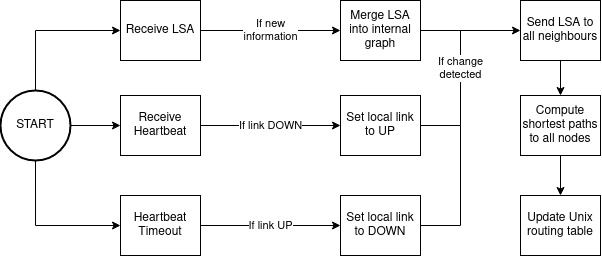
Earlier version of the draw.io export images/flowchart_lsr.png (benmandrew/DTLSR-Dissertation). Source tidied: cells renumbered, new cells last; positions are measured from the earlier drawing's top-left corner, leaving out a move shared by most shapes. The source it was exported from:
```xml
<mxGraphModel>
  <root>
    <mxCell id="0" />
    <mxCell id="1" parent="0" />
    <mxCell id="2" style="edgeStyle=orthogonalEdgeStyle;rounded=0;jettySize=auto;html=1;exitX=1;exitY=0.5;exitDx=0;exitDy=0;endArrow=none;endFill=0;" parent="1" edge="1" source="13">
      <mxGeometry relative="1" as="geometry">
        <mxPoint x="460" y="125" as="targetPoint" />
      </mxGeometry>
    </mxCell>
    <mxCell id="3" value="&lt;div&gt;If new&lt;/div&gt;&lt;div&gt;information&lt;/div&gt;" style="edgeStyle=orthogonalEdgeStyle;rounded=0;jettySize=auto;html=1;exitX=1;exitY=0.5;exitDx=0;exitDy=0;entryX=0;entryY=0.5;entryDx=0;entryDy=0;" parent="1" edge="1" source="4" target="8">
      <mxGeometry relative="1" as="geometry" />
    </mxCell>
    <mxCell id="4" value="&lt;div&gt;Receive LSA&lt;/div&gt;" style="rounded=0;whiteSpace=wrap;html=1;" parent="1" vertex="1">
      <mxGeometry x="120" width="80" height="60" as="geometry" />
    </mxCell>
    <mxCell id="5" value="If link DOWN" style="edgeStyle=orthogonalEdgeStyle;rounded=0;jettySize=auto;html=1;exitX=1;exitY=0.5;exitDx=0;exitDy=0;entryX=0;entryY=0.5;entryDx=0;entryDy=0;" parent="1" edge="1" source="6" target="12">
      <mxGeometry relative="1" as="geometry" />
    </mxCell>
    <mxCell id="6" value="Receive Heartbeat" style="rounded=0;whiteSpace=wrap;html=1;" parent="1" vertex="1">
      <mxGeometry x="120" y="95" width="80" height="60" as="geometry" />
    </mxCell>
    <mxCell id="7" style="edgeStyle=orthogonalEdgeStyle;rounded=0;jettySize=auto;html=1;exitX=1;exitY=0.5;exitDx=0;exitDy=0;endArrow=none;endFill=0;" parent="1" edge="1" source="8">
      <mxGeometry relative="1" as="geometry">
        <mxPoint x="460" y="125" as="targetPoint" />
      </mxGeometry>
    </mxCell>
    <mxCell id="8" value="Merge LSA into internal graph" style="rounded=0;whiteSpace=wrap;html=1;" parent="1" vertex="1">
      <mxGeometry x="340" width="80" height="60" as="geometry" />
    </mxCell>
    <mxCell id="9" value="If link UP" style="edgeStyle=orthogonalEdgeStyle;rounded=0;jettySize=auto;html=1;exitX=1;exitY=0.5;exitDx=0;exitDy=0;entryX=0;entryY=0.5;entryDx=0;entryDy=0;" parent="1" edge="1" source="10" target="13">
      <mxGeometry relative="1" as="geometry" />
    </mxCell>
    <mxCell id="10" value="Heartbeat Timeout" style="rounded=0;whiteSpace=wrap;html=1;" parent="1" vertex="1">
      <mxGeometry x="120" y="195" width="80" height="60" as="geometry" />
    </mxCell>
    <mxCell id="11" value="&lt;div&gt;If change&lt;/div&gt;&lt;div&gt;detected&lt;br&gt;&lt;/div&gt;" style="edgeStyle=orthogonalEdgeStyle;rounded=0;jettySize=auto;html=1;exitX=1;exitY=0.5;exitDx=0;exitDy=0;entryX=0;entryY=0.5;entryDx=0;entryDy=0;endArrow=classic;endFill=1;" parent="1" edge="1" source="12" target="15">
      <mxGeometry relative="1" as="geometry">
        <Array as="points">
          <mxPoint x="460" y="125" />
          <mxPoint x="460" y="30" />
        </Array>
      </mxGeometry>
    </mxCell>
    <mxCell id="12" value="Set local link to UP" style="rounded=0;whiteSpace=wrap;html=1;" parent="1" vertex="1">
      <mxGeometry x="340" y="95" width="80" height="60" as="geometry" />
    </mxCell>
    <mxCell id="13" value="Set local link to DOWN" style="rounded=0;whiteSpace=wrap;html=1;" parent="1" vertex="1">
      <mxGeometry x="340" y="195" width="80" height="60" as="geometry" />
    </mxCell>
    <mxCell id="14" style="edgeStyle=orthogonalEdgeStyle;rounded=0;jettySize=auto;html=1;exitX=0.5;exitY=1;exitDx=0;exitDy=0;entryX=0.5;entryY=0;entryDx=0;entryDy=0;endArrow=classic;endFill=1;" parent="1" edge="1" source="15" target="21">
      <mxGeometry relative="1" as="geometry" />
    </mxCell>
    <mxCell id="15" value="Send LSA to all neighbours" style="rounded=0;whiteSpace=wrap;html=1;" parent="1" vertex="1">
      <mxGeometry x="520" width="80" height="60" as="geometry" />
    </mxCell>
    <mxCell id="16" style="edgeStyle=orthogonalEdgeStyle;rounded=0;jettySize=auto;html=1;exitX=1;exitY=0.5;exitDx=0;exitDy=0;exitPerimeter=0;entryX=0;entryY=0.5;entryDx=0;entryDy=0;endArrow=classic;endFill=1;" parent="1" edge="1" source="19" target="6">
      <mxGeometry relative="1" as="geometry" />
    </mxCell>
    <mxCell id="17" style="edgeStyle=orthogonalEdgeStyle;rounded=0;jettySize=auto;html=1;exitX=0.5;exitY=0;exitDx=0;exitDy=0;exitPerimeter=0;entryX=0;entryY=0.5;entryDx=0;entryDy=0;endArrow=classic;endFill=1;" parent="1" edge="1" source="19" target="4">
      <mxGeometry relative="1" as="geometry" />
    </mxCell>
    <mxCell id="18" style="edgeStyle=orthogonalEdgeStyle;rounded=0;jettySize=auto;html=1;exitX=0.5;exitY=1;exitDx=0;exitDy=0;exitPerimeter=0;entryX=0;entryY=0.5;entryDx=0;entryDy=0;endArrow=classic;endFill=1;" parent="1" edge="1" source="19" target="10">
      <mxGeometry relative="1" as="geometry" />
    </mxCell>
    <mxCell id="19" value="START" style="strokeWidth=2;html=1;shape=mxgraph.flowchart.start_2;whiteSpace=wrap;" parent="1" vertex="1">
      <mxGeometry y="90" width="70" height="70" as="geometry" />
    </mxCell>
    <mxCell id="20" style="edgeStyle=orthogonalEdgeStyle;rounded=0;jettySize=auto;html=1;exitX=0.5;exitY=1;exitDx=0;exitDy=0;entryX=0.5;entryY=0;entryDx=0;entryDy=0;endArrow=classic;endFill=1;" parent="1" edge="1" source="21" target="22">
      <mxGeometry relative="1" as="geometry" />
    </mxCell>
    <mxCell id="21" value="Compute shortest paths to all nodes" style="rounded=0;whiteSpace=wrap;html=1;" parent="1" vertex="1">
      <mxGeometry x="520" y="95" width="80" height="60" as="geometry" />
    </mxCell>
    <mxCell id="22" value="Update Unix routing table" style="rounded=0;whiteSpace=wrap;html=1;" parent="1" vertex="1">
      <mxGeometry x="520" y="195" width="80" height="60" as="geometry" />
    </mxCell>
  </root>
</mxGraphModel>
```
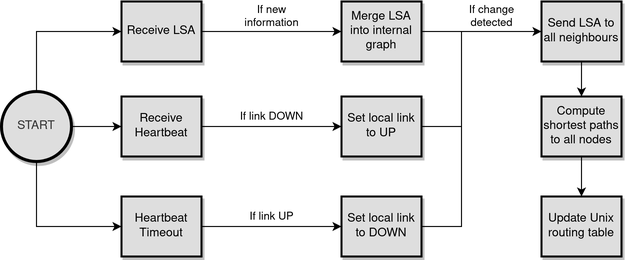
Above is the later version.

Change to the diagram source:
```diff
@@ -7,16 +7,16 @@
         <mxPoint x="460" y="125" as="targetPoint" />
       </mxGeometry>
     </mxCell>
-    <mxCell id="3" value="&lt;div&gt;If new&lt;/div&gt;&lt;div&gt;information&lt;/div&gt;" style="edgeStyle=orthogonalEdgeStyle;rounded=0;jettySize=auto;html=1;exitX=1;exitY=0.5;exitDx=0;exitDy=0;entryX=0;entryY=0.5;entryDx=0;entryDy=0;" parent="1" edge="1" source="4" target="8">
-      <mxGeometry relative="1" as="geometry" />
+    <mxCell id="3" value="&lt;div&gt;&lt;span style=&quot;background-color: rgb(255 , 255 , 255)&quot;&gt;If new&lt;/span&gt;&lt;/div&gt;&lt;div&gt;&lt;span style=&quot;background-color: rgb(255 , 255 , 255)&quot;&gt;information&lt;/span&gt;&lt;/div&gt;" style="edgeStyle=orthogonalEdgeStyle;rounded=0;jettySize=auto;html=1;exitX=1;exitY=0.5;exitDx=0;exitDy=0;entryX=0;entryY=0.5;entryDx=0;entryDy=0;" parent="1" edge="1" source="4" target="8">
+      <mxGeometry y="15" relative="1" as="geometry" />
     </mxCell>
-    <mxCell id="4" value="&lt;div&gt;Receive LSA&lt;/div&gt;" style="rounded=0;whiteSpace=wrap;html=1;" parent="1" vertex="1">
+    <mxCell id="4" value="&lt;div&gt;Receive LSA&lt;/div&gt;" style="rounded=0;whiteSpace=wrap;html=1;fillColor=#DEDEDE;strokeWidth=2;shadow=1;" parent="1" vertex="1">
       <mxGeometry x="120" width="80" height="60" as="geometry" />
     </mxCell>
-    <mxCell id="5" value="If link DOWN" style="edgeStyle=orthogonalEdgeStyle;rounded=0;jettySize=auto;html=1;exitX=1;exitY=0.5;exitDx=0;exitDy=0;entryX=0;entryY=0.5;entryDx=0;entryDy=0;" parent="1" edge="1" source="6" target="12">
-      <mxGeometry relative="1" as="geometry" />
+    <mxCell id="5" value="&lt;span style=&quot;background-color: rgb(255 , 255 , 255)&quot;&gt;If link DOWN&lt;/span&gt;" style="edgeStyle=orthogonalEdgeStyle;rounded=0;jettySize=auto;html=1;exitX=1;exitY=0.5;exitDx=0;exitDy=0;entryX=0;entryY=0.5;entryDx=0;entryDy=0;" parent="1" edge="1" source="6" target="12">
+      <mxGeometry y="10" relative="1" as="geometry" />
     </mxCell>
-    <mxCell id="6" value="Receive Heartbeat" style="rounded=0;whiteSpace=wrap;html=1;" parent="1" vertex="1">
+    <mxCell id="6" value="Receive Heartbeat" style="rounded=0;whiteSpace=wrap;html=1;fillColor=#DEDEDE;strokeWidth=2;shadow=1;" parent="1" vertex="1">
       <mxGeometry x="120" y="95" width="80" height="60" as="geometry" />
     </mxCell>
     <mxCell id="7" style="edgeStyle=orthogonalEdgeStyle;rounded=0;jettySize=auto;html=1;exitX=1;exitY=0.5;exitDx=0;exitDy=0;endArrow=none;endFill=0;" parent="1" edge="1" source="8">
@@ -24,34 +24,34 @@
         <mxPoint x="460" y="125" as="targetPoint" />
       </mxGeometry>
     </mxCell>
-    <mxCell id="8" value="Merge LSA into internal graph" style="rounded=0;whiteSpace=wrap;html=1;" parent="1" vertex="1">
+    <mxCell id="8" value="Merge LSA into internal graph" style="rounded=0;whiteSpace=wrap;html=1;fillColor=#DEDEDE;strokeWidth=2;shadow=1;" parent="1" vertex="1">
       <mxGeometry x="340" width="80" height="60" as="geometry" />
     </mxCell>
-    <mxCell id="9" value="If link UP" style="edgeStyle=orthogonalEdgeStyle;rounded=0;jettySize=auto;html=1;exitX=1;exitY=0.5;exitDx=0;exitDy=0;entryX=0;entryY=0.5;entryDx=0;entryDy=0;" parent="1" edge="1" source="10" target="13">
-      <mxGeometry relative="1" as="geometry" />
+    <mxCell id="9" value="&lt;span style=&quot;background-color: rgb(255 , 255 , 255)&quot;&gt;If link UP&lt;/span&gt;" style="edgeStyle=orthogonalEdgeStyle;rounded=0;jettySize=auto;html=1;exitX=1;exitY=0.5;exitDx=0;exitDy=0;entryX=0;entryY=0.5;entryDx=0;entryDy=0;" parent="1" edge="1" source="10" target="13">
+      <mxGeometry y="10" relative="1" as="geometry" />
     </mxCell>
-    <mxCell id="10" value="Heartbeat Timeout" style="rounded=0;whiteSpace=wrap;html=1;" parent="1" vertex="1">
+    <mxCell id="10" value="Heartbeat Timeout" style="rounded=0;whiteSpace=wrap;html=1;fillColor=#DEDEDE;strokeWidth=2;shadow=1;" parent="1" vertex="1">
       <mxGeometry x="120" y="195" width="80" height="60" as="geometry" />
     </mxCell>
-    <mxCell id="11" value="&lt;div&gt;If change&lt;/div&gt;&lt;div&gt;detected&lt;br&gt;&lt;/div&gt;" style="edgeStyle=orthogonalEdgeStyle;rounded=0;jettySize=auto;html=1;exitX=1;exitY=0.5;exitDx=0;exitDy=0;entryX=0;entryY=0.5;entryDx=0;entryDy=0;endArrow=classic;endFill=1;" parent="1" edge="1" source="12" target="15">
-      <mxGeometry relative="1" as="geometry">
+    <mxCell id="11" value="&lt;div&gt;&lt;span style=&quot;background-color: rgb(255 , 255 , 255)&quot;&gt;If change&lt;/span&gt;&lt;/div&gt;&lt;div&gt;&lt;span style=&quot;background-color: rgb(255 , 255 , 255)&quot;&gt;detected&lt;br&gt;&lt;/span&gt;&lt;/div&gt;" style="edgeStyle=orthogonalEdgeStyle;rounded=0;jettySize=auto;html=1;exitX=1;exitY=0.5;exitDx=0;exitDy=0;entryX=0;entryY=0.5;entryDx=0;entryDy=0;endArrow=classic;endFill=1;" parent="1" edge="1" source="12" target="15">
+      <mxGeometry x="0.53" y="15" relative="1" as="geometry">
         <Array as="points">
           <mxPoint x="460" y="125" />
           <mxPoint x="460" y="30" />
         </Array>
       </mxGeometry>
     </mxCell>
-    <mxCell id="12" value="Set local link to UP" style="rounded=0;whiteSpace=wrap;html=1;" parent="1" vertex="1">
+    <mxCell id="12" value="Set local link to UP" style="rounded=0;whiteSpace=wrap;html=1;fillColor=#DEDEDE;strokeWidth=2;shadow=1;" parent="1" vertex="1">
       <mxGeometry x="340" y="95" width="80" height="60" as="geometry" />
     </mxCell>
-    <mxCell id="13" value="Set local link to DOWN" style="rounded=0;whiteSpace=wrap;html=1;" parent="1" vertex="1">
+    <mxCell id="13" value="Set local link to DOWN" style="rounded=0;whiteSpace=wrap;html=1;fillColor=#DEDEDE;strokeWidth=2;shadow=1;" parent="1" vertex="1">
       <mxGeometry x="340" y="195" width="80" height="60" as="geometry" />
     </mxCell>
     <mxCell id="14" style="edgeStyle=orthogonalEdgeStyle;rounded=0;jettySize=auto;html=1;exitX=0.5;exitY=1;exitDx=0;exitDy=0;entryX=0.5;entryY=0;entryDx=0;entryDy=0;endArrow=classic;endFill=1;" parent="1" edge="1" source="15" target="21">
       <mxGeometry relative="1" as="geometry" />
     </mxCell>
-    <mxCell id="15" value="Send LSA to all neighbours" style="rounded=0;whiteSpace=wrap;html=1;" parent="1" vertex="1">
-      <mxGeometry x="520" width="80" height="60" as="geometry" />
+    <mxCell id="15" value="Send LSA to all neighbours" style="rounded=0;whiteSpace=wrap;html=1;fillColor=#DEDEDE;strokeWidth=2;shadow=1;" parent="1" vertex="1">
+      <mxGeometry x="540" width="80" height="60" as="geometry" />
     </mxCell>
     <mxCell id="16" style="edgeStyle=orthogonalEdgeStyle;rounded=0;jettySize=auto;html=1;exitX=1;exitY=0.5;exitDx=0;exitDy=0;exitPerimeter=0;entryX=0;entryY=0.5;entryDx=0;entryDy=0;endArrow=classic;endFill=1;" parent="1" edge="1" source="19" target="6">
       <mxGeometry relative="1" as="geometry" />
@@ -62,17 +62,17 @@
     <mxCell id="18" style="edgeStyle=orthogonalEdgeStyle;rounded=0;jettySize=auto;html=1;exitX=0.5;exitY=1;exitDx=0;exitDy=0;exitPerimeter=0;entryX=0;entryY=0.5;entryDx=0;entryDy=0;endArrow=classic;endFill=1;" parent="1" edge="1" source="19" target="10">
       <mxGeometry relative="1" as="geometry" />
     </mxCell>
-    <mxCell id="19" value="START" style="strokeWidth=2;html=1;shape=mxgraph.flowchart.start_2;whiteSpace=wrap;" parent="1" vertex="1">
+    <mxCell id="19" value="START" style="strokeWidth=3;html=1;shape=mxgraph.flowchart.start_2;whiteSpace=wrap;fillColor=#DEDEDE;fontColor=#333333;strokeColor=#000000;shadow=1;" parent="1" vertex="1">
       <mxGeometry y="90" width="70" height="70" as="geometry" />
     </mxCell>
     <mxCell id="20" style="edgeStyle=orthogonalEdgeStyle;rounded=0;jettySize=auto;html=1;exitX=0.5;exitY=1;exitDx=0;exitDy=0;entryX=0.5;entryY=0;entryDx=0;entryDy=0;endArrow=classic;endFill=1;" parent="1" edge="1" source="21" target="22">
       <mxGeometry relative="1" as="geometry" />
     </mxCell>
-    <mxCell id="21" value="Compute shortest paths to all nodes" style="rounded=0;whiteSpace=wrap;html=1;" parent="1" vertex="1">
-      <mxGeometry x="520" y="95" width="80" height="60" as="geometry" />
+    <mxCell id="21" value="Compute shortest paths to all nodes" style="rounded=0;whiteSpace=wrap;html=1;fillColor=#DEDEDE;strokeWidth=2;shadow=1;" parent="1" vertex="1">
+      <mxGeometry x="540" y="95" width="80" height="60" as="geometry" />
     </mxCell>
-    <mxCell id="22" value="Update Unix routing table" style="rounded=0;whiteSpace=wrap;html=1;" parent="1" vertex="1">
-      <mxGeometry x="520" y="195" width="80" height="60" as="geometry" />
+    <mxCell id="22" value="Update Unix routing table" style="rounded=0;whiteSpace=wrap;html=1;fillColor=#DEDEDE;strokeWidth=2;shadow=1;" parent="1" vertex="1">
+      <mxGeometry x="540" y="195" width="80" height="60" as="geometry" />
     </mxCell>
   </root>
 </mxGraphModel>
```
